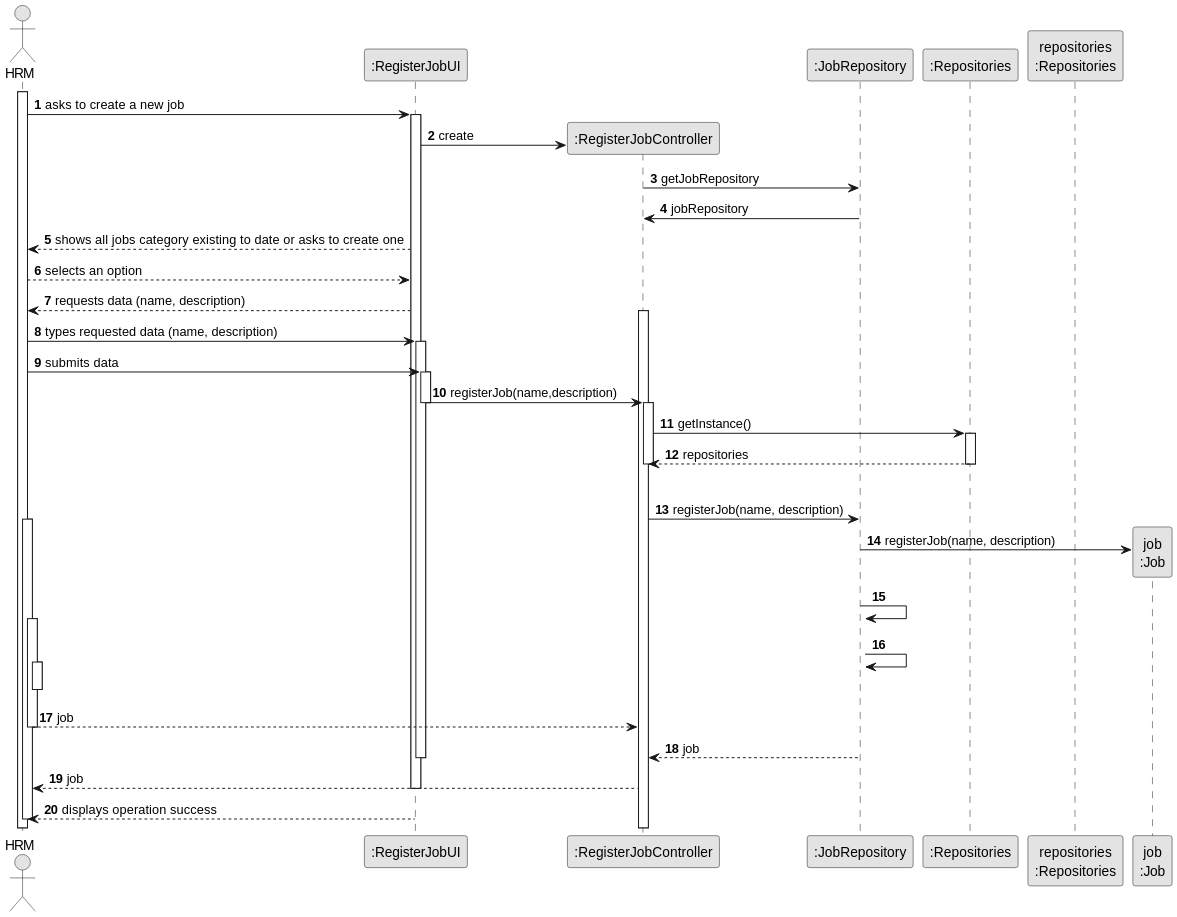
daniel41silva05/ISEP_2023_2024_LAPR2 keeps this PlantUML diagram as docs/sprintA&B/us002/03.design/svg/us002-class-diagram.svg. Above is the earlier version. Its diagram source:
```plantuml
@startuml
skinparam monochrome true
skinparam packageStyle rectangle
skinparam shadowing false


autonumber


actor "HRM" as HRM
participant ":RegisterJobUI" as UI
participant ":RegisterJobController" as CTRL
participant ":JobRepository" as JOBS
participant ":Repositories" as REP
participant "repositories\n:Repositories" as REPS
participant "job\n:Job" as JOB

activate HRM

        HRM -> UI : asks to create a new job

        activate UI

            create CTRL
            UI -> CTRL** : create

            CTRL -> JOBS : getJobRepository

            JOBS -> CTRL : jobRepository

            UI --> HRM : shows all jobs category existing to date or asks to create one

            HRM --> UI : selects an option

            UI --> HRM : requests data (name, description)

            activate CTRL


    HRM -> UI : types requested data (name, description)
    activate UI


    HRM -> UI : submits data
    activate UI

        UI -> CTRL : registerJob(name,description)
        deactivate UI
        activate CTRL


                CTRL -> REP : getInstance()
                activate REP

                    REP --> CTRL: repositories
                deactivate REP

            deactivate CTRL


            |||
            CTRL -> JOBS: registerJob(name, description)
            activate HRM

                JOBS -> JOB**: registerJob(name, description)
                JOBS -> JOBS:


                activate HRM
                    JOBS -> JOBS
                    activate HRM

                deactivate HRM

                HRM --> CTRL : job

            deactivate HRM

            JOBS --> CTRL: job
            deactivate UI

            CTRL --> HRM: job
                        deactivate UI


            UI --> HRM: displays operation success
    deactivate UI

deactivate HRM
@enduml
```
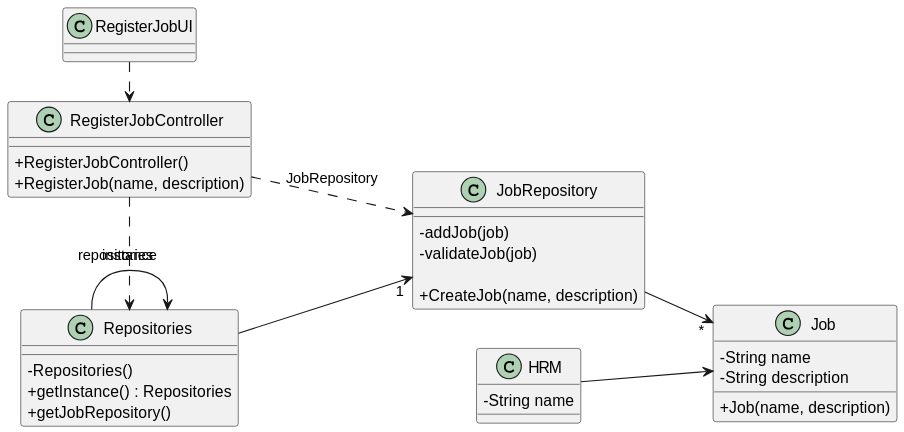
After the change.

Commit message:
ED-16 Update US002 sequence diagram split

The edit, as a diff of the source:
```diff
@@ -1,90 +1,56 @@
 @startuml
-skinparam monochrome true
 skinparam packageStyle rectangle
 skinparam shadowing false
+skinparam linetype polyline
+
+skinparam classAttributeIconSize 0
+
+left to right direction
 
 
-autonumber
 
+class JobRepository{
+    -addJob(job)
+    -validateJob(job)
 
-actor "HRM" as HRM
-participant ":RegisterJobUI" as UI
-participant ":RegisterJobController" as CTRL
-participant ":JobRepository" as JOBS
-participant ":Repositories" as REP
-participant "repositories\n:Repositories" as REPS
-participant "job\n:Job" as JOB
+    + CreateJob(name, description)
+}
 
-activate HRM
+class HRM {
+    - String name
+}
 
-        HRM -> UI : asks to create a new job
+class Job {
+    - String name
+    - String description
 
-        activate UI
+    + Job(name, description)
+}
 
-            create CTRL
-            UI -> CTRL** : create
+class Repositories {
+    - Repositories()
+    + getInstance() : Repositories
+    + getJobRepository()
+}
 
-            CTRL -> JOBS : getJobRepository
+class RegisterJobController {
+    + RegisterJobController()
+    + RegisterJob(name, description)
 
-            JOBS -> CTRL : jobRepository
+}
 
-            UI --> HRM : shows all jobs category existing to date or asks to create one
+class RegisterJobUI {
+}
 
-            HRM --> UI : selects an option
+Repositories -> Repositories : instance
 
-            UI --> HRM : requests data (name, description)
+RegisterJobUI .> RegisterJobController
 
-            activate CTRL
+RegisterJobController .> Repositories : repositories
 
+RegisterJobController ..> JobRepository : JobRepository
+Repositories --> "1" JobRepository
 
-    HRM -> UI : types requested data (name, description)
-    activate UI
-
-
-    HRM -> UI : submits data
-    activate UI
-
-        UI -> CTRL : registerJob(name,description)
-        deactivate UI
-        activate CTRL
-
-
-                CTRL -> REP : getInstance()
-                activate REP
-
-                    REP --> CTRL: repositories
-                deactivate REP
-
-            deactivate CTRL
-
-
-            |||
-            CTRL -> JOBS: registerJob(name, description)
-            activate HRM
-
-                JOBS -> JOB**: registerJob(name, description)
-                JOBS -> JOBS:
-
-
-                activate HRM
-                    JOBS -> JOBS
-                    activate HRM
-
-                deactivate HRM
-
-                HRM --> CTRL : job
-
-            deactivate HRM
-
-            JOBS --> CTRL: job
-            deactivate UI
-
-            CTRL --> HRM: job
-                        deactivate UI
-
-
-            UI --> HRM: displays operation success
-    deactivate UI
-
-deactivate HRM
+HRM --> Job
+JobRepository --> "*" Job
 @enduml
```
